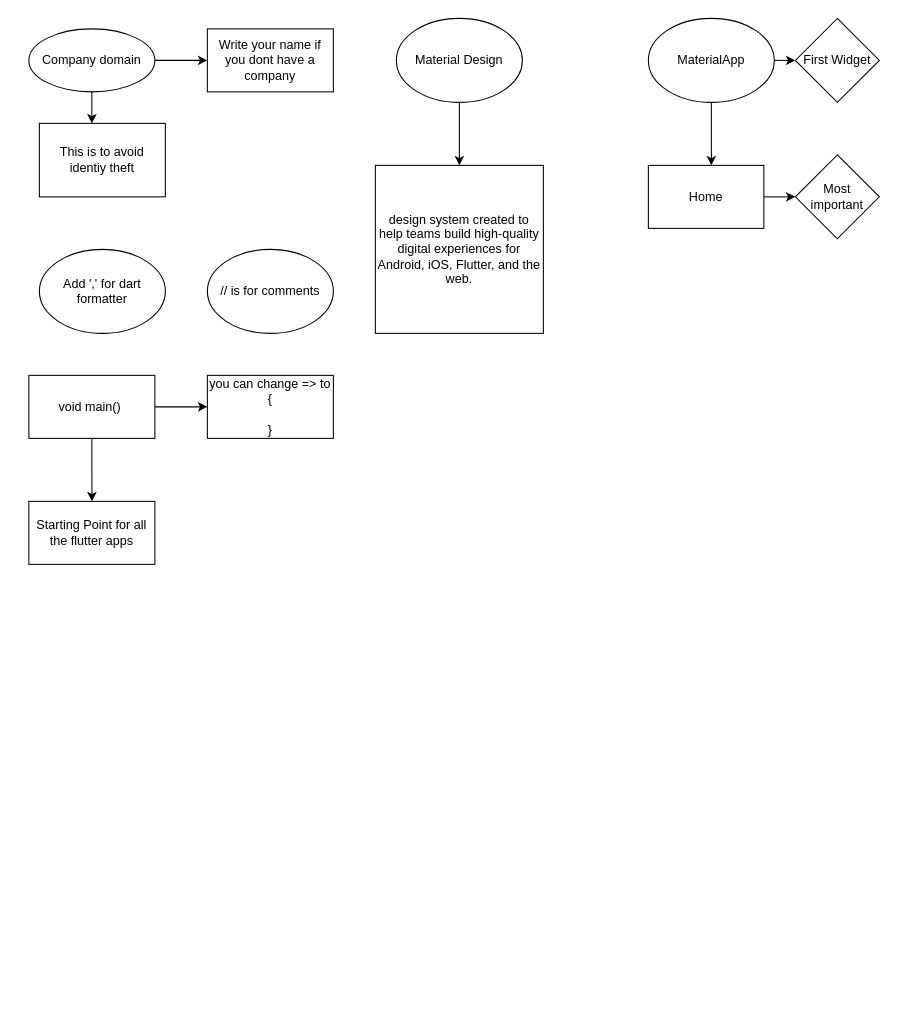
Earlier version of the draw.io diagram 2. I am Rich.drawio (MrunmayS/learning-flutter). Source tidied: cells renumbered, new cells numbered last; positions are measured from the earlier drawing's top-left corner, leaving out a move shared by most shapes. Both pictures are drawn from the tidied source at 105%, with x=0, y=0 at pixel (28, 18).
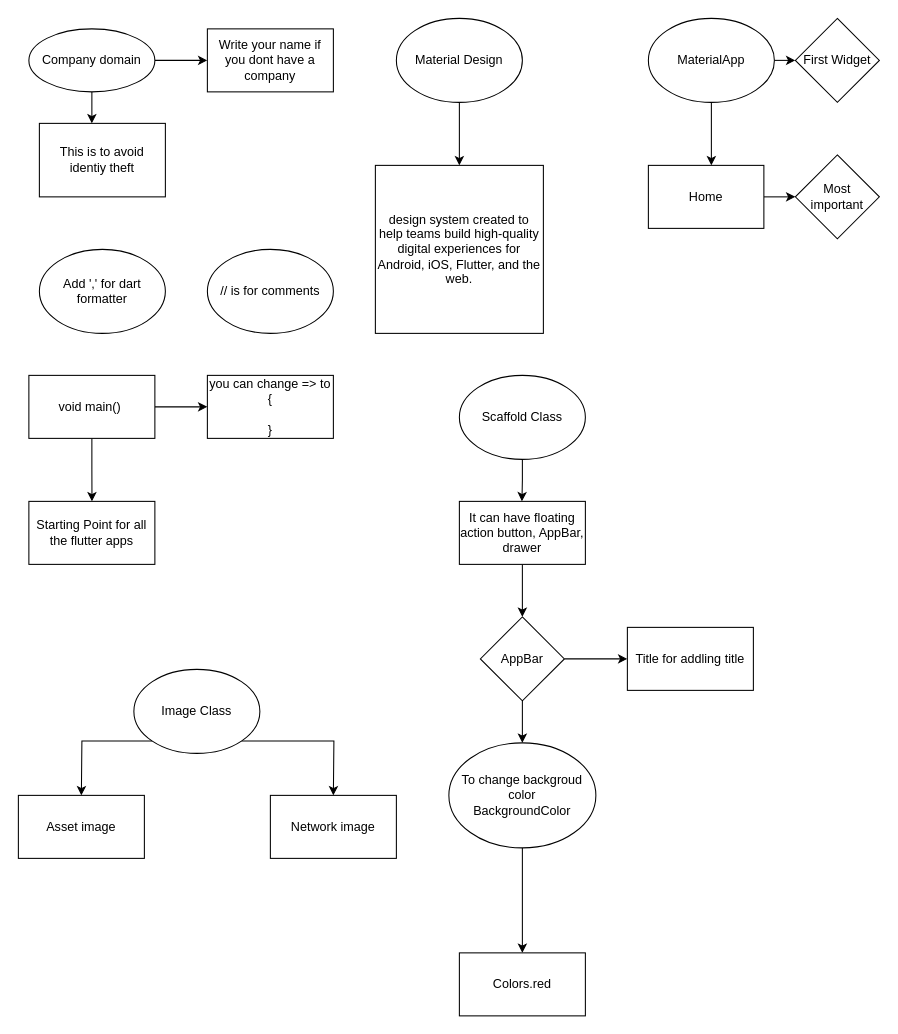
The same diagram, later.

Diff of the diagram source:
```diff
@@
+    <mxCell id="24" style="edgeStyle=orthogonalEdgeStyle;rounded=0;jettySize=auto;html=1;exitX=0.5;exitY=1;exitDx=0;exitDy=0;" parent="1" edge="1" source="25">
+      <mxGeometry relative="1" as="geometry">
+        <mxPoint x="469.6" y="460" as="targetPoint" />
+      </mxGeometry>
+    </mxCell>
+    <mxCell id="25" value="Scaffold Class" style="ellipse;whiteSpace=wrap;html=1;" parent="1" vertex="1">
+      <mxGeometry x="410" y="340" width="120" height="80" as="geometry" />
+    </mxCell>
+    <mxCell id="26" style="edgeStyle=orthogonalEdgeStyle;rounded=0;jettySize=auto;html=1;exitX=0.5;exitY=1;exitDx=0;exitDy=0;entryX=0.5;entryY=0;entryDx=0;entryDy=0;" parent="1" edge="1" source="27" target="30">
+      <mxGeometry relative="1" as="geometry" />
+    </mxCell>
+    <mxCell id="27" value="It can have floating action button, AppBar, drawer" style="whiteSpace=wrap;html=1;" parent="1" vertex="1">
+      <mxGeometry x="410" y="460" width="120" height="60" as="geometry" />
+    </mxCell>
+    <mxCell id="28" style="edgeStyle=none;rounded=0;jettySize=auto;html=1;" parent="1" edge="1" source="30" target="32">
+      <mxGeometry relative="1" as="geometry" />
+    </mxCell>
+    <mxCell id="29" style="edgeStyle=none;rounded=0;jettySize=auto;html=1;" parent="1" edge="1" source="30" target="34">
+      <mxGeometry relative="1" as="geometry" />
+    </mxCell>
+    <mxCell id="30" value="AppBar" style="rhombus;whiteSpace=wrap;html=1;" parent="1" vertex="1">
+      <mxGeometry x="430" y="570" width="80" height="80" as="geometry" />
+    </mxCell>
+    <mxCell id="31" style="edgeStyle=none;rounded=0;jettySize=auto;html=1;" parent="1" edge="1" source="32" target="33">
+      <mxGeometry relative="1" as="geometry" />
+    </mxCell>
+    <mxCell id="32" value="To change backgroud color&lt;br&gt;BackgroundColor" style="ellipse;whiteSpace=wrap;html=1;" parent="1" vertex="1">
+      <mxGeometry x="400" y="690" width="140" height="100" as="geometry" />
+    </mxCell>
+    <mxCell id="33" value="Colors.red" style="whiteSpace=wrap;html=1;" parent="1" vertex="1">
+      <mxGeometry x="410" y="890" width="120" height="60" as="geometry" />
+    </mxCell>
+    <mxCell id="34" value="Title for addling title" style="whiteSpace=wrap;html=1;" parent="1" vertex="1">
+      <mxGeometry x="570" y="580" width="120" height="60" as="geometry" />
+    </mxCell>
+    <mxCell id="35" style="edgeStyle=orthogonalEdgeStyle;rounded=0;jettySize=auto;html=1;exitX=0;exitY=1;exitDx=0;exitDy=0;" parent="1" edge="1" source="37">
+      <mxGeometry relative="1" as="geometry">
+        <mxPoint x="50" y="740" as="targetPoint" />
+      </mxGeometry>
+    </mxCell>
+    <mxCell id="36" style="edgeStyle=orthogonalEdgeStyle;rounded=0;jettySize=auto;html=1;exitX=1;exitY=1;exitDx=0;exitDy=0;" parent="1" edge="1" source="37">
+      <mxGeometry relative="1" as="geometry">
+        <mxPoint x="290" y="740" as="targetPoint" />
+      </mxGeometry>
+    </mxCell>
+    <mxCell id="37" value="Image Class" style="ellipse;whiteSpace=wrap;html=1;" parent="1" vertex="1">
+      <mxGeometry x="100" y="620" width="120" height="80" as="geometry" />
+    </mxCell>
+    <mxCell id="38" value="Asset image" style="whiteSpace=wrap;html=1;" parent="1" vertex="1">
+      <mxGeometry x="-10" y="740" width="120" height="60" as="geometry" />
+    </mxCell>
+    <mxCell id="39" value="Network image" style="whiteSpace=wrap;html=1;" parent="1" vertex="1">
+      <mxGeometry x="230" y="740" width="120" height="60" as="geometry" />
+    </mxCell>
```
